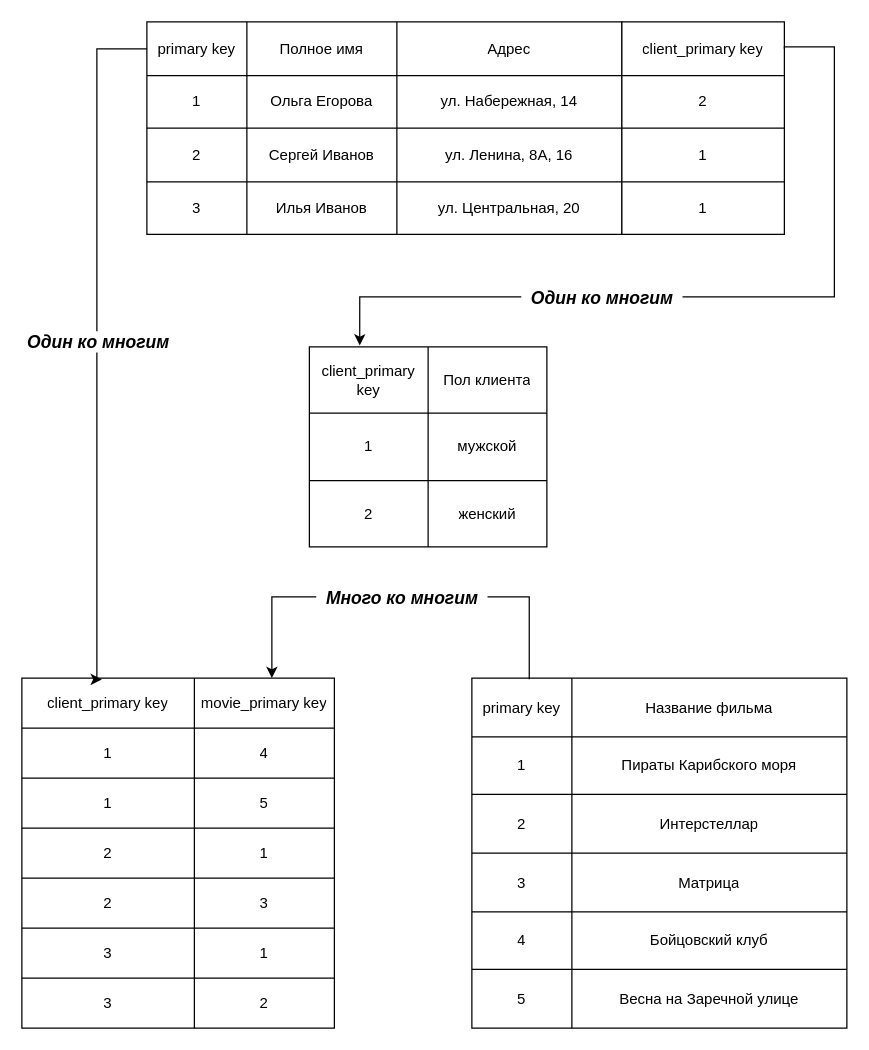
This is sql/Диаграмма без названия.drawio from voldomarich/job4j_design, a draw.io file, before an edit. Source tidied: cells renumbered, new cells numbered last; positions are measured from the earlier drawing's top-left corner, leaving out a move shared by most shapes. Both pictures are drawn from the tidied source at 125%, with x=0, y=0 at pixel (21, 21).
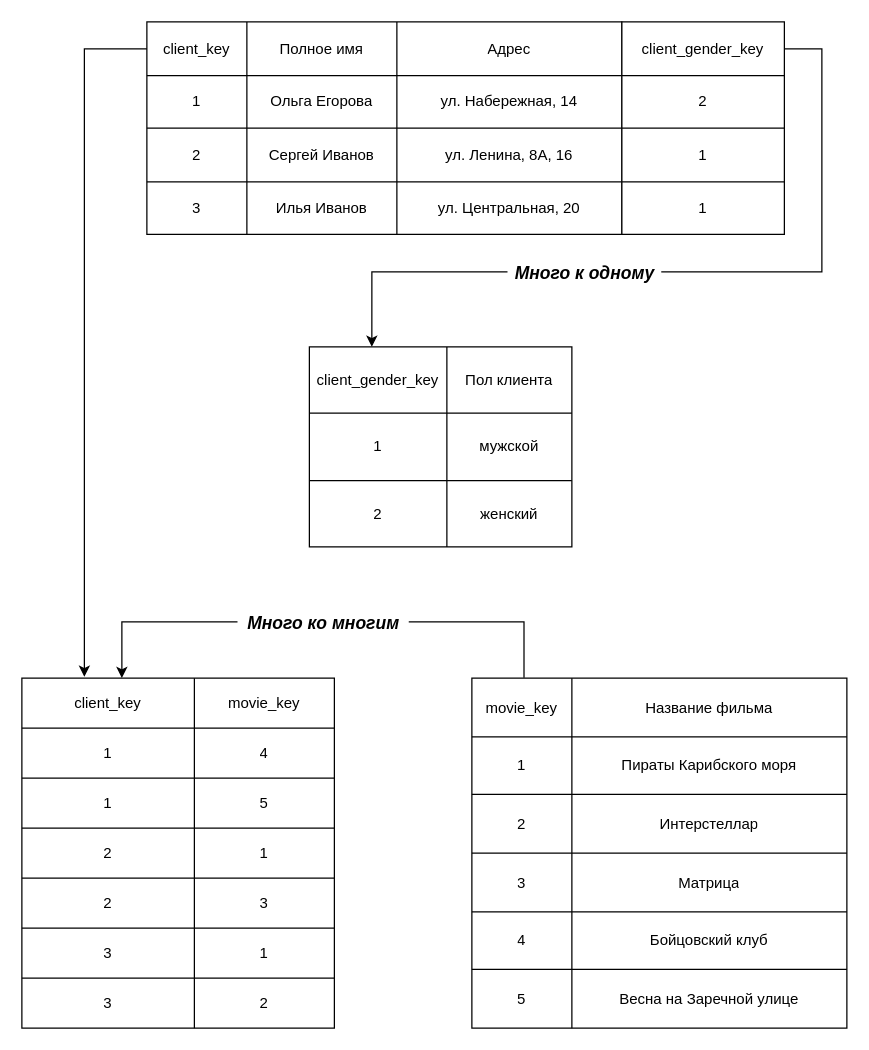
The same diagram, later.

Unchanged cells that the change refers to:
```xml
<mxCell id="3" style="shape=tableRow;horizontal=0;startSize=0;swimlaneHead=0;swimlaneBody=0;top=0;left=0;bottom=0;right=0;fillColor=none;points=[[0,0.5],[1,0.5]];portConstraint=eastwest;" parent="2" vertex="1">
  <mxGeometry width="380" height="43" as="geometry" />
</mxCell>
<mxCell id="20" style="shape=tableRow;horizontal=0;startSize=0;swimlaneHead=0;swimlaneBody=0;top=0;left=0;bottom=0;right=0;fillColor=none;points=[[0,0.5],[1,0.5]];portConstraint=eastwest;" parent="19" vertex="1">
  <mxGeometry width="300" height="47" as="geometry" />
</mxCell>
<mxCell id="39" style="shape=tableRow;horizontal=0;startSize=0;swimlaneHead=0;swimlaneBody=0;top=0;left=0;bottom=0;right=0;fillColor=none;points=[[0,0.5],[1,0.5]];portConstraint=eastwest;" parent="38" vertex="1">
  <mxGeometry width="130" height="43" as="geometry" />
</mxCell>
<mxCell id="58" style="shape=tableRow;horizontal=0;startSize=0;swimlaneHead=0;swimlaneBody=0;top=0;left=0;bottom=0;right=0;fillColor=none;points=[[0,0.5],[1,0.5]];portConstraint=eastwest;" parent="57" vertex="1">
  <mxGeometry width="250" height="40" as="geometry" />
</mxCell>
```

Change to the diagram source:
```diff
@@
-    <mxCell id="4" value="primary key" style="shape=partialRectangle;html=1;whiteSpace=wrap;overflow=hidden;fillColor=none;top=0;left=0;bottom=0;right=0;" parent="3" vertex="1">
+    <mxCell id="4" value="client_key" style="shape=partialRectangle;html=1;whiteSpace=wrap;overflow=hidden;fillColor=none;top=0;left=0;bottom=0;right=0;" parent="3" vertex="1">
       <mxGeometry width="80" height="43" as="geometry" />
     </mxCell>
@@
-    <mxCell id="21" value="primary key" style="shape=partialRectangle;html=1;whiteSpace=wrap;overflow=hidden;fillColor=none;top=0;left=0;bottom=0;right=0;" parent="20" vertex="1">
+    <mxCell id="21" value="movie_key" style="shape=partialRectangle;html=1;whiteSpace=wrap;overflow=hidden;fillColor=none;top=0;left=0;bottom=0;right=0;" parent="20" vertex="1">
       <mxGeometry width="80" height="47" as="geometry" />
     </mxCell>
@@
-    <mxCell id="40" value="client_primary key" style="shape=partialRectangle;html=1;whiteSpace=wrap;overflow=hidden;fillColor=none;top=0;left=0;bottom=0;right=0;" parent="39" vertex="1">
+    <mxCell id="40" value="client_gender_key" style="shape=partialRectangle;html=1;whiteSpace=wrap;overflow=hidden;fillColor=none;top=0;left=0;bottom=0;right=0;" parent="39" vertex="1">
       <mxGeometry width="130" height="43" as="geometry" />
     </mxCell>
@@
     <mxCell id="47" style="shape=table;startSize=0;childLayout=tableLayout;" parent="1" vertex="1">
-      <mxGeometry x="230" y="260" width="190" height="160" as="geometry" />
+      <mxGeometry x="230" y="260" width="210" height="160" as="geometry" />
     </mxCell>
     <mxCell id="48" style="shape=tableRow;horizontal=0;startSize=0;swimlaneHead=0;swimlaneBody=0;top=0;left=0;bottom=0;right=0;fillColor=none;points=[[0,0.5],[1,0.5]];portConstraint=eastwest;" parent="47" vertex="1">
-      <mxGeometry width="190" height="53" as="geometry" />
+      <mxGeometry width="210" height="53" as="geometry" />
     </mxCell>
-    <mxCell id="49" value="client_primary key" style="shape=partialRectangle;html=1;whiteSpace=wrap;overflow=hidden;fillColor=none;top=0;left=0;bottom=0;right=0;" parent="48" vertex="1">
-      <mxGeometry width="95" height="53" as="geometry" />
+    <mxCell id="49" value="client_gender_key" style="shape=partialRectangle;html=1;whiteSpace=wrap;overflow=hidden;fillColor=none;top=0;left=0;bottom=0;right=0;" parent="48" vertex="1">
+      <mxGeometry width="110" height="53" as="geometry" />
     </mxCell>
     <mxCell id="50" value="Пол клиента" style="shape=partialRectangle;html=1;whiteSpace=wrap;overflow=hidden;fillColor=none;top=0;left=0;bottom=0;right=0;" parent="48" vertex="1">
-      <mxGeometry x="95" width="95" height="53" as="geometry" />
+      <mxGeometry x="110" width="100" height="53" as="geometry" />
     </mxCell>
     <mxCell id="51" style="shape=tableRow;horizontal=0;startSize=0;swimlaneHead=0;swimlaneBody=0;top=0;left=0;bottom=0;right=0;fillColor=none;" parent="47" vertex="1">
-      <mxGeometry y="53" width="190" height="54" as="geometry" />
+      <mxGeometry y="53" width="210" height="54" as="geometry" />
     </mxCell>
     <mxCell id="52" value="1" style="shape=partialRectangle;html=1;whiteSpace=wrap;overflow=hidden;fillColor=none;top=0;left=0;bottom=0;right=0;" parent="51" vertex="1">
-      <mxGeometry width="95" height="54" as="geometry" />
+      <mxGeometry width="110" height="54" as="geometry" />
     </mxCell>
     <mxCell id="53" value="мужской" style="shape=partialRectangle;html=1;whiteSpace=wrap;overflow=hidden;fillColor=none;top=0;left=0;bottom=0;right=0;" parent="51" vertex="1">
-      <mxGeometry x="95" width="95" height="54" as="geometry" />
+      <mxGeometry x="110" width="100" height="54" as="geometry" />
     </mxCell>
     <mxCell id="54" style="shape=tableRow;horizontal=0;startSize=0;swimlaneHead=0;swimlaneBody=0;top=0;left=0;bottom=0;right=0;fillColor=none;" parent="47" vertex="1">
-      <mxGeometry y="107" width="190" height="53" as="geometry" />
+      <mxGeometry y="107" width="210" height="53" as="geometry" />
     </mxCell>
     <mxCell id="55" value="2" style="shape=partialRectangle;html=1;whiteSpace=wrap;overflow=hidden;fillColor=none;top=0;left=0;bottom=0;right=0;" parent="54" vertex="1">
-      <mxGeometry width="95" height="53" as="geometry" />
+      <mxGeometry width="110" height="53" as="geometry" />
     </mxCell>
     <mxCell id="56" value="женский" style="shape=partialRectangle;html=1;whiteSpace=wrap;overflow=hidden;fillColor=none;top=0;left=0;bottom=0;right=0;" parent="54" vertex="1">
-      <mxGeometry x="95" width="95" height="53" as="geometry" />
+      <mxGeometry x="110" width="100" height="53" as="geometry" />
     </mxCell>
@@
-    <mxCell id="59" value="client_primary key" style="shape=partialRectangle;html=1;whiteSpace=wrap;overflow=hidden;fillColor=none;top=0;left=0;bottom=0;right=0;" parent="58" vertex="1">
+    <mxCell id="59" value="client_key" style="shape=partialRectangle;html=1;whiteSpace=wrap;overflow=hidden;fillColor=none;top=0;left=0;bottom=0;right=0;" parent="58" vertex="1">
       <mxGeometry width="138" height="40" as="geometry" />
     </mxCell>
-    <mxCell id="60" value="movie_primary key" style="shape=partialRectangle;html=1;whiteSpace=wrap;overflow=hidden;fillColor=none;top=0;left=0;bottom=0;right=0;" parent="58" vertex="1">
+    <mxCell id="60" value="movie_key" style="shape=partialRectangle;html=1;whiteSpace=wrap;overflow=hidden;fillColor=none;top=0;left=0;bottom=0;right=0;" parent="58" vertex="1">
       <mxGeometry x="138" width="112" height="40" as="geometry" />
     </mxCell>
@@
-    <mxCell id="79" style="endArrow=classic;html=1;rounded=0;exitX=0;exitY=0.5;exitDx=0;exitDy=0;edgeStyle=orthogonalEdgeStyle;entryX=0.256;entryY=0.025;entryDx=0;entryDy=0;entryPerimeter=0;" parent="1" edge="1" source="3" target="58">
-      <mxGeometry relative="1" as="geometry">
-        <Array as="points">
-          <mxPoint x="60" y="21" />
-          <mxPoint x="60" y="526" />
-        </Array>
-      </mxGeometry>
+    <mxCell id="79" style="endArrow=classic;html=1;rounded=0;exitX=0;exitY=0.5;exitDx=0;exitDy=0;edgeStyle=orthogonalEdgeStyle;entryX=0.2;entryY=-0.025;entryDx=0;entryDy=0;entryPerimeter=0;" parent="1" edge="1" source="3" target="58">
+      <mxGeometry relative="1" as="geometry" />
     </mxCell>
-    <mxCell id="80" value="&lt;i&gt;&lt;b&gt;&lt;font style=&quot;font-size: 14px;&quot;&gt;Один ко многим&lt;/font&gt;&lt;/b&gt;&lt;/i&gt;" style="edgeLabel;html=1;align=center;verticalAlign=middle;" parent="79" vertex="1">
-      <mxGeometry relative="1" as="geometry" />
-    </mxCell>
-    <mxCell id="81" style="endArrow=classic;html=1;rounded=0;exitX=1;exitY=0.5;exitDx=0;exitDy=0;edgeStyle=orthogonalEdgeStyle;entryX=0.212;entryY=-0.022;entryDx=0;entryDy=0;entryPerimeter=0;" parent="1" edge="1" source="39" target="48">
+    <mxCell id="81" style="endArrow=classic;html=1;rounded=0;exitX=1;exitY=0.5;exitDx=0;exitDy=0;edgeStyle=orthogonalEdgeStyle;entryX=0.238;entryY=0;entryDx=0;entryDy=0;entryPerimeter=0;" parent="1" edge="1" source="39" target="48">
       <mxGeometry relative="1" as="geometry">
         <Array as="points">
-          <mxPoint x="610" y="20" />
-          <mxPoint x="650" y="20" />
-          <mxPoint x="650" y="220" />
-          <mxPoint x="270" y="220" />
+          <mxPoint x="640" y="21" />
+          <mxPoint x="640" y="200" />
+          <mxPoint x="280" y="200" />
         </Array>
       </mxGeometry>
     </mxCell>
-    <mxCell id="82" value="&lt;font style=&quot;font-size: 14px;&quot;&gt;&lt;i&gt;&lt;b&gt;&amp;nbsp; Один ко многим&amp;nbsp;&amp;nbsp;&lt;/b&gt;&lt;/i&gt;&lt;/font&gt;" style="edgeLabel;html=1;align=center;verticalAlign=middle;" parent="81" vertex="1">
-      <mxGeometry relative="1" as="geometry">
-        <mxPoint x="-98" as="offset" />
-      </mxGeometry>
-    </mxCell>
-    <mxCell id="83" style="endArrow=classic;html=1;rounded=0;fontSize=14;exitX=0.153;exitY=0.021;exitDx=0;exitDy=0;exitPerimeter=0;edgeStyle=orthogonalEdgeStyle;entryX=0.8;entryY=0;entryDx=0;entryDy=0;entryPerimeter=0;" parent="1" edge="1" source="20" target="58">
-      <mxGeometry relative="1" as="geometry">
-        <Array as="points">
-          <mxPoint x="376" y="460" />
-          <mxPoint x="180" y="460" />
-        </Array>
-      </mxGeometry>
-    </mxCell>
+    <mxCell id="85" value="&amp;nbsp; &lt;font style=&quot;font-size: 14px;&quot;&gt;&lt;b&gt;&lt;i&gt;Много к одному&lt;/i&gt;&lt;/b&gt;&lt;/font&gt;&amp;nbsp;&amp;nbsp;" style="edgeLabel;html=1;align=center;verticalAlign=middle;" parent="81" vertex="1">
+      <mxGeometry relative="1" as="geometry">
+        <mxPoint x="-85" as="offset" />
+      </mxGeometry>
+    </mxCell>
+    <mxCell id="86" style="endArrow=classic;html=1;rounded=0;fontSize=14;exitX=0.139;exitY=-0.005;exitDx=0;exitDy=0;exitPerimeter=0;edgeStyle=orthogonalEdgeStyle;" parent="1" edge="1" source="20">
+      <mxGeometry relative="1" as="geometry">
+        <mxPoint x="80" y="525" as="targetPoint" />
+        <Array as="points">
+          <mxPoint x="402" y="480" />
+          <mxPoint x="80" y="480" />
+        </Array>
+      </mxGeometry>
+    </mxCell>
-    <mxCell id="84" value="&amp;nbsp;&lt;b&gt;&lt;i&gt; Много ко многим&lt;/i&gt;&lt;/b&gt;&amp;nbsp;&amp;nbsp;" style="edgeLabel;html=1;align=center;verticalAlign=middle;fontSize=14;" parent="83" vertex="1">
+    <mxCell id="84" value="&amp;nbsp; &lt;b&gt;&lt;i&gt;Много ко многим&lt;/i&gt;&lt;/b&gt;&amp;nbsp;&amp;nbsp;" style="edgeLabel;html=1;align=center;verticalAlign=middle;fontSize=14;" parent="86" vertex="1">
       <mxGeometry relative="1" as="geometry" />
     </mxCell>
```
